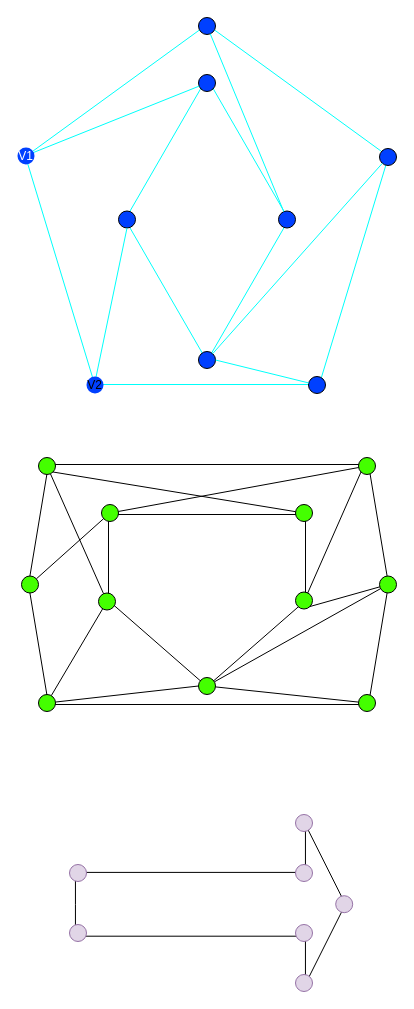
Before: Untitled Diagram.drawio in ilman79/TugasGraff, a draw.io diagram. Source tidied: cells renumbered, new cells numbered last; positions are measured from the earlier drawing's top-left corner, leaving out a move shared by most shapes. Both pictures are drawn from the tidied source at 100%, with x=0, y=0 at pixel (17, 17).
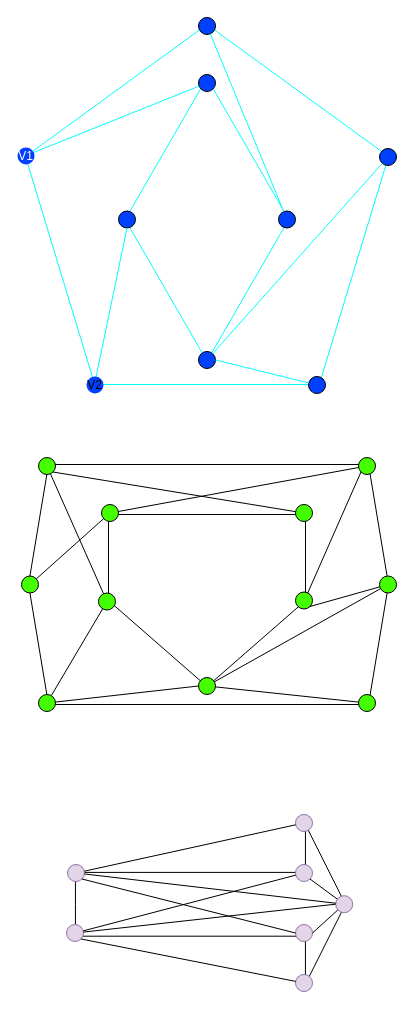
After the change.

Unchanged cells that the change refers to:
```xml
<mxCell id="43" style="ellipse;whiteSpace=wrap;html=1;fillColor=#e1d5e7;strokeColor=#9673a6;" parent="1" vertex="1">
  <mxGeometry x="278" y="957" width="17" height="17" as="geometry" />
</mxCell>
<mxCell id="44" style="ellipse;whiteSpace=wrap;html=1;fillColor=#e1d5e7;strokeColor=#9673a6;" parent="1" vertex="1">
  <mxGeometry x="318.2" y="878.2" width="17" height="17" as="geometry" />
</mxCell>
<mxCell id="45" style="ellipse;whiteSpace=wrap;html=1;fillColor=#e1d5e7;strokeColor=#9673a6;" parent="1" vertex="1">
  <mxGeometry x="278" y="907" width="17" height="17" as="geometry" />
</mxCell>
<mxCell id="47" style="ellipse;whiteSpace=wrap;html=1;fillColor=#e1d5e7;strokeColor=#9673a6;" parent="1" vertex="1">
  <mxGeometry x="278" y="847" width="17" height="17" as="geometry" />
</mxCell>
<mxCell id="48" style="ellipse;whiteSpace=wrap;html=1;fillColor=#e1d5e7;strokeColor=#9673a6;" parent="1" vertex="1">
  <mxGeometry x="278" y="797" width="17" height="17" as="geometry" />
</mxCell>
```

Diff of the diagram source:
```diff
@@
     <mxCell id="42" style="ellipse;whiteSpace=wrap;html=1;fillColor=#e1d5e7;strokeColor=#9673a6;" parent="1" vertex="1">
-      <mxGeometry x="52" y="847" width="17" height="17" as="geometry" />
+      <mxGeometry x="50" y="847" width="17" height="17" as="geometry" />
     </mxCell>
@@
     <mxCell id="46" style="ellipse;whiteSpace=wrap;html=1;fillColor=#e1d5e7;strokeColor=#9673a6;" parent="1" vertex="1">
-      <mxGeometry x="52" y="907" width="17" height="17" as="geometry" />
+      <mxGeometry x="49" y="907" width="17" height="17" as="geometry" />
     </mxCell>
@@
+    <mxCell id="49" style="endArrow=none;html=1;rounded=0;" parent="1" edge="1" source="42" target="48">
+      <mxGeometry relative="1" as="geometry" />
+    </mxCell>
+    <mxCell id="50" style="endArrow=none;html=1;rounded=0;" parent="1" edge="1" source="46" target="47">
+      <mxGeometry relative="1" as="geometry" />
+    </mxCell>
+    <mxCell id="51" style="endArrow=none;html=1;rounded=0;exitX=1;exitY=1;exitDx=0;exitDy=0;" parent="1" edge="1" source="46" target="43">
+      <mxGeometry relative="1" as="geometry" />
+    </mxCell>
+    <mxCell id="52" style="endArrow=none;html=1;rounded=0;" parent="1" edge="1" source="42" target="44">
+      <mxGeometry relative="1" as="geometry" />
+    </mxCell>
+    <mxCell id="53" style="endArrow=none;html=1;rounded=0;entryX=0;entryY=0.5;entryDx=0;entryDy=0;" parent="1" edge="1" source="46" target="44">
+      <mxGeometry relative="1" as="geometry" />
+    </mxCell>
+    <mxCell id="54" style="endArrow=none;html=1;rounded=0;entryX=1;entryY=0.5;entryDx=0;entryDy=0;" parent="1" edge="1" source="44" target="45">
+      <mxGeometry relative="1" as="geometry" />
+    </mxCell>
+    <mxCell id="55" style="endArrow=none;html=1;rounded=0;exitX=1;exitY=1;exitDx=0;exitDy=0;" parent="1" edge="1" source="47" target="44">
+      <mxGeometry relative="1" as="geometry" />
+    </mxCell>
+    <mxCell id="56" style="endArrow=none;html=1;rounded=0;entryX=0;entryY=0.5;entryDx=0;entryDy=0;exitX=1;exitY=1;exitDx=0;exitDy=0;" parent="1" edge="1" source="42" target="45">
+      <mxGeometry relative="1" as="geometry" />
+    </mxCell>
```
